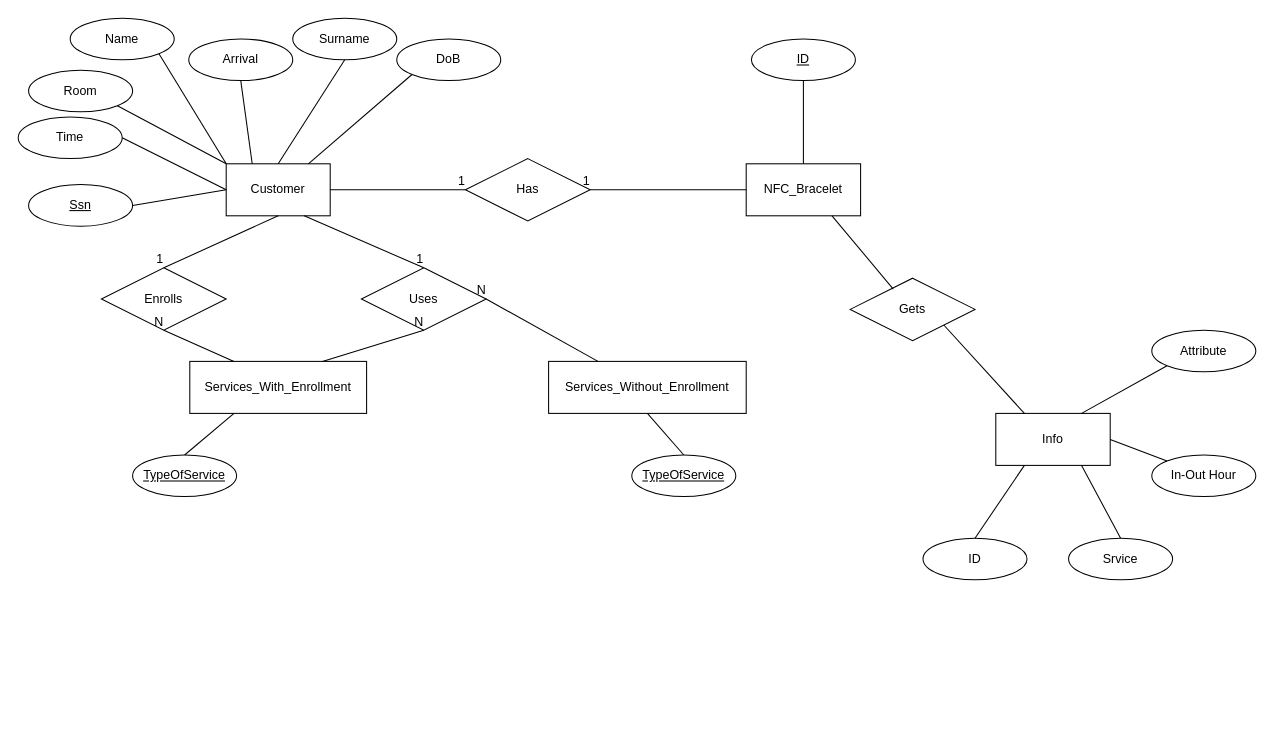
The draw.io diagram Hotel ER.drawio in GiorgosKotsompolis/hello-world, before the edit. Source tidied: cells renumbered, new cells numbered last; positions are measured from the earlier drawing's top-left corner, leaving out a move shared by most shapes. Both pictures are drawn from the tidied source at 104%, with x=0, y=0 at pixel (18, 18).
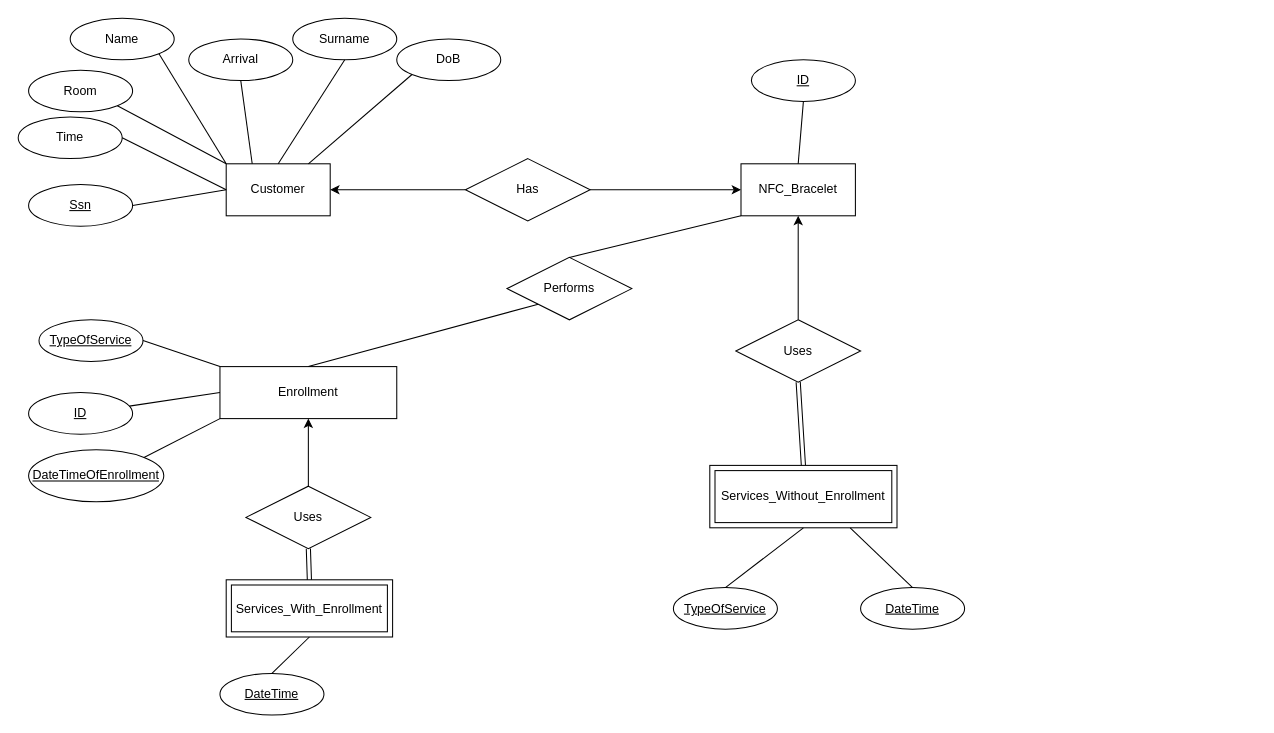
Above is the later version.

The change refers to these unchanged cells:
```xml
<mxCell id="2" value="Customer" style="whiteSpace=wrap;html=1;align=center;" parent="1" vertex="1">
  <mxGeometry x="200" y="140" width="100" height="50" as="geometry" />
</mxCell>
<mxCell id="13" value="Has" style="shape=rhombus;perimeter=rhombusPerimeter;whiteSpace=wrap;html=1;align=center;" parent="1" vertex="1">
  <mxGeometry x="430" y="135" width="120" height="60" as="geometry" />
</mxCell>
```

The edit, as a diff of the source:
```diff
@@
+    <mxCell id="55" style="edgeStyle=orthogonalEdgeStyle;rounded=0;jettySize=auto;html=1;exitX=0;exitY=0.5;exitDx=0;exitDy=0;entryX=1;entryY=0.5;entryDx=0;entryDy=0;" parent="1" edge="1" source="13" target="2">
+      <mxGeometry relative="1" as="geometry" />
+    </mxCell>
+    <mxCell id="56" style="edgeStyle=orthogonalEdgeStyle;rounded=0;jettySize=auto;html=1;exitX=1;exitY=0.5;exitDx=0;exitDy=0;" parent="1" edge="1" source="13" target="14">
+      <mxGeometry relative="1" as="geometry" />
+    </mxCell>
@@
     <mxCell id="14" value="NFC_Bracelet" style="whiteSpace=wrap;html=1;align=center;" parent="1" vertex="1">
-      <mxGeometry x="700" y="140" width="110" height="50" as="geometry" />
+      <mxGeometry x="695" y="140" width="110" height="50" as="geometry" />
     </mxCell>
     <mxCell id="15" value="&lt;u&gt;ID&lt;/u&gt;" style="ellipse;whiteSpace=wrap;html=1;align=center;" parent="1" vertex="1">
-      <mxGeometry x="705" y="20" width="100" height="40" as="geometry" />
+      <mxGeometry x="705" y="40" width="100" height="40" as="geometry" />
     </mxCell>
@@
-    <mxCell id="17" style="endArrow=none;html=1;rounded=0;exitX=1;exitY=0.5;exitDx=0;exitDy=0;entryX=0;entryY=0.5;entryDx=0;entryDy=0;" parent="1" edge="1" source="2" target="13">
-      <mxGeometry relative="1" as="geometry" />
-    </mxCell>
-    <mxCell id="18" value="1" style="html=1;align=right;verticalAlign=bottom;" parent="17" vertex="1">
-      <mxGeometry x="1" relative="1" as="geometry" />
-    </mxCell>
-    <mxCell id="19" style="endArrow=none;html=1;rounded=0;exitX=0;exitY=0.5;exitDx=0;exitDy=0;entryX=1;entryY=0.5;entryDx=0;entryDy=0;" parent="1" edge="1" source="14" target="13">
-      <mxGeometry relative="1" as="geometry" />
-    </mxCell>
-    <mxCell id="20" value="1" style="html=1;align=right;verticalAlign=bottom;" parent="19" vertex="1">
-      <mxGeometry x="1" relative="1" as="geometry" />
-    </mxCell>
-    <mxCell id="21" value="Services_Without_Enrollment" style="whiteSpace=wrap;html=1;align=center;" parent="1" vertex="1">
-      <mxGeometry x="510" y="330" width="190" height="50" as="geometry" />
-    </mxCell>
-    <mxCell id="22" value="Services_With_Enrollment" style="whiteSpace=wrap;html=1;align=center;" parent="1" vertex="1">
-      <mxGeometry x="165" y="330" width="170" height="50" as="geometry" />
+    <mxCell id="22" value="Enrollment" style="whiteSpace=wrap;html=1;align=center;" parent="1" vertex="1">
+      <mxGeometry x="194" y="335" width="170" height="50" as="geometry" />
     </mxCell>
-    <mxCell id="23" value="Enrolls" style="shape=rhombus;perimeter=rhombusPerimeter;whiteSpace=wrap;html=1;align=center;" parent="1" vertex="1">
-      <mxGeometry x="80" y="240" width="120" height="60" as="geometry" />
+    <mxCell id="23" value="Performs" style="shape=rhombus;perimeter=rhombusPerimeter;whiteSpace=wrap;html=1;align=center;" parent="1" vertex="1">
+      <mxGeometry x="470" y="230" width="120" height="60" as="geometry" />
     </mxCell>
-    <mxCell id="24" style="endArrow=none;html=1;rounded=0;exitX=0.5;exitY=1;exitDx=0;exitDy=0;entryX=0.5;entryY=0;entryDx=0;entryDy=0;" parent="1" edge="1" source="2" target="23">
-      <mxGeometry relative="1" as="geometry" />
-    </mxCell>
-    <mxCell id="25" value="1" style="html=1;align=right;verticalAlign=bottom;" parent="24" vertex="1">
-      <mxGeometry x="1" relative="1" as="geometry" />
-    </mxCell>
-    <mxCell id="26" style="endArrow=none;html=1;rounded=0;exitX=0.25;exitY=0;exitDx=0;exitDy=0;entryX=0.5;entryY=1;entryDx=0;entryDy=0;" parent="1" edge="1" source="22" target="23">
-      <mxGeometry relative="1" as="geometry" />
-    </mxCell>
-    <mxCell id="27" value="N" style="html=1;align=right;verticalAlign=bottom;" parent="26" vertex="1">
-      <mxGeometry x="1" relative="1" as="geometry" />
-    </mxCell>
@@
     <mxCell id="29" value="&lt;u&gt;TypeOfService&lt;/u&gt;" style="ellipse;whiteSpace=wrap;html=1;align=center;" parent="1" vertex="1">
-      <mxGeometry x="110" y="420" width="100" height="40" as="geometry" />
+      <mxGeometry x="20" y="290" width="100" height="40" as="geometry" />
     </mxCell>
-    <mxCell id="30" style="endArrow=none;html=1;rounded=0;entryX=0.25;entryY=1;entryDx=0;entryDy=0;exitX=0.5;exitY=0;exitDx=0;exitDy=0;" parent="1" edge="1" source="29" target="22">
-      <mxGeometry relative="1" as="geometry" />
-    </mxCell>
@@
-    <mxCell id="34" value="Uses" style="shape=rhombus;perimeter=rhombusPerimeter;whiteSpace=wrap;html=1;align=center;" parent="1" vertex="1">
-      <mxGeometry x="330" y="240" width="120" height="60" as="geometry" />
-    </mxCell>
-    <mxCell id="35" style="endArrow=none;html=1;rounded=0;exitX=0.75;exitY=1;exitDx=0;exitDy=0;entryX=0.5;entryY=0;entryDx=0;entryDy=0;" parent="1" edge="1" source="2" target="34">
-      <mxGeometry relative="1" as="geometry" />
-    </mxCell>
-    <mxCell id="36" value="1" style="html=1;align=right;verticalAlign=bottom;" parent="35" vertex="1">
-      <mxGeometry x="1" relative="1" as="geometry" />
-    </mxCell>
-    <mxCell id="37" style="endArrow=none;html=1;rounded=0;exitX=0.75;exitY=0;exitDx=0;exitDy=0;entryX=0.5;entryY=1;entryDx=0;entryDy=0;" parent="1" edge="1" source="22" target="34">
-      <mxGeometry relative="1" as="geometry" />
-    </mxCell>
-    <mxCell id="38" value="N" style="html=1;align=right;verticalAlign=bottom;" parent="37" vertex="1">
-      <mxGeometry x="1" relative="1" as="geometry" />
-    </mxCell>
-    <mxCell id="39" style="endArrow=none;html=1;rounded=0;exitX=0.25;exitY=0;exitDx=0;exitDy=0;entryX=1;entryY=0.5;entryDx=0;entryDy=0;" parent="1" edge="1" source="21" target="34">
-      <mxGeometry relative="1" as="geometry" />
-    </mxCell>
-    <mxCell id="40" value="N" style="html=1;align=right;verticalAlign=bottom;" parent="39" vertex="1">
-      <mxGeometry x="1" relative="1" as="geometry" />
-    </mxCell>
     <mxCell id="41" value="&lt;u&gt;TypeOfService&lt;/u&gt;" style="ellipse;whiteSpace=wrap;html=1;align=center;" parent="1" vertex="1">
-      <mxGeometry x="590" y="420" width="100" height="40" as="geometry" />
+      <mxGeometry x="630" y="547.5" width="100" height="40" as="geometry" />
     </mxCell>
+    <mxCell id="57" style="endArrow=none;html=1;rounded=0;exitX=0;exitY=1;exitDx=0;exitDy=0;entryX=0.5;entryY=0;entryDx=0;entryDy=0;" parent="1" edge="1" source="23" target="22">
+      <mxGeometry relative="1" as="geometry" />
+    </mxCell>
+    <mxCell id="58" style="edgeStyle=orthogonalEdgeStyle;rounded=0;orthogonalLoop=1;jettySize=auto;html=1;exitX=0.5;exitY=1;exitDx=0;exitDy=0;" parent="1" edge="1" source="29" target="29">
+      <mxGeometry relative="1" as="geometry" />
+    </mxCell>
+    <mxCell id="30" style="endArrow=none;html=1;rounded=0;entryX=0;entryY=0;entryDx=0;entryDy=0;exitX=1;exitY=0.5;exitDx=0;exitDy=0;" parent="1" edge="1" source="29" target="22">
+      <mxGeometry relative="1" as="geometry" />
+    </mxCell>
+    <mxCell id="59" style="edgeStyle=orthogonalEdgeStyle;rounded=0;jettySize=auto;html=1;exitX=0.5;exitY=0;exitDx=0;exitDy=0;entryX=0.5;entryY=1;entryDx=0;entryDy=0;" parent="1" edge="1" source="60" target="22">
+      <mxGeometry relative="1" as="geometry" />
+    </mxCell>
+    <mxCell id="60" value="Uses" style="shape=rhombus;perimeter=rhombusPerimeter;whiteSpace=wrap;html=1;align=center;" parent="1" vertex="1">
+      <mxGeometry x="219" y="450" width="120" height="60" as="geometry" />
+    </mxCell>
+    <mxCell id="61" style="edgeStyle=orthogonalEdgeStyle;rounded=0;jettySize=auto;html=1;exitX=0.5;exitY=0;exitDx=0;exitDy=0;entryX=0.5;entryY=1;entryDx=0;entryDy=0;" parent="1" edge="1" source="62" target="14">
+      <mxGeometry relative="1" as="geometry" />
+    </mxCell>
+    <mxCell id="62" value="Uses" style="shape=rhombus;perimeter=rhombusPerimeter;whiteSpace=wrap;html=1;align=center;" parent="1" vertex="1">
+      <mxGeometry x="690" y="290" width="120" height="60" as="geometry" />
+    </mxCell>
+    <mxCell id="48" value="&lt;u&gt;ID&lt;/u&gt;" style="ellipse;whiteSpace=wrap;html=1;align=center;" parent="1" vertex="1">
+      <mxGeometry x="10" y="360" width="100" height="40" as="geometry" />
+    </mxCell>
+    <mxCell id="63" style="endArrow=none;html=1;rounded=0;entryX=0;entryY=0.5;entryDx=0;entryDy=0;" parent="1" edge="1" source="48" target="22">
+      <mxGeometry relative="1" as="geometry" />
+    </mxCell>
+    <mxCell id="64" value="Services_With_Enrollment" style="shape=ext;margin=3;double=1;whiteSpace=wrap;html=1;align=center;" parent="1" vertex="1">
+      <mxGeometry x="200" y="540" width="160" height="55" as="geometry" />
+    </mxCell>
+    <mxCell id="65" style="shape=link;html=1;rounded=0;exitX=0.5;exitY=0;exitDx=0;exitDy=0;entryX=0.5;entryY=1;entryDx=0;entryDy=0;" parent="1" edge="1" source="64" target="60">
+      <mxGeometry relative="1" as="geometry" />
+    </mxCell>
+    <mxCell id="66" style="endArrow=none;html=1;rounded=0;entryX=0;entryY=1;entryDx=0;entryDy=0;exitX=0.5;exitY=0;exitDx=0;exitDy=0;" parent="1" edge="1" source="23" target="14">
+      <mxGeometry relative="1" as="geometry" />
+    </mxCell>
+    <mxCell id="21" value="Services_Without_Enrollment" style="shape=ext;margin=3;double=1;whiteSpace=wrap;html=1;align=center;" parent="1" vertex="1">
+      <mxGeometry x="665" y="430" width="180" height="60" as="geometry" />
+    </mxCell>
-    <mxCell id="42" style="endArrow=none;html=1;rounded=0;exitX=0.5;exitY=1;exitDx=0;exitDy=0;entryX=0.5;entryY=0;entryDx=0;entryDy=0;" parent="1" edge="1" source="21" target="41">
+    <mxCell id="42" style="endArrow=none;html=1;rounded=0;entryX=0.5;entryY=0;entryDx=0;entryDy=0;exitX=0.5;exitY=1;exitDx=0;exitDy=0;" parent="1" edge="1" source="21" target="41">
       <mxGeometry relative="1" as="geometry" />
     </mxCell>
-    <mxCell id="43" value="Info" style="whiteSpace=wrap;html=1;align=center;" parent="1" vertex="1">
-      <mxGeometry x="940" y="380" width="110" height="50" as="geometry" />
-    </mxCell>
-    <mxCell id="44" value="Gets" style="shape=rhombus;perimeter=rhombusPerimeter;whiteSpace=wrap;html=1;align=center;" parent="1" vertex="1">
-      <mxGeometry x="800" y="250" width="120" height="60" as="geometry" />
-    </mxCell>
-    <mxCell id="45" style="endArrow=none;html=1;rounded=0;entryX=0.75;entryY=1;entryDx=0;entryDy=0;exitX=0.345;exitY=0.174;exitDx=0;exitDy=0;exitPerimeter=0;" parent="1" edge="1" source="44" target="14">
-      <mxGeometry relative="1" as="geometry" />
-    </mxCell>
-    <mxCell id="46" style="endArrow=none;html=1;rounded=0;entryX=0.25;entryY=0;entryDx=0;entryDy=0;exitX=1;exitY=1;exitDx=0;exitDy=0;" parent="1" edge="1" source="44" target="43">
-      <mxGeometry relative="1" as="geometry" />
-    </mxCell>
-    <mxCell id="47" value="Srvice" style="ellipse;whiteSpace=wrap;html=1;align=center;" parent="1" vertex="1">
-      <mxGeometry x="1010" y="500" width="100" height="40" as="geometry" />
-    </mxCell>
-    <mxCell id="48" value="ID" style="ellipse;whiteSpace=wrap;html=1;align=center;" parent="1" vertex="1">
-      <mxGeometry x="870" y="500" width="100" height="40" as="geometry" />
-    </mxCell>
-    <mxCell id="49" value="In-Out Hour" style="ellipse;whiteSpace=wrap;html=1;align=center;" parent="1" vertex="1">
-      <mxGeometry x="1090" y="420" width="100" height="40" as="geometry" />
-    </mxCell>
-    <mxCell id="50" style="endArrow=none;html=1;rounded=0;entryX=0;entryY=0;entryDx=0;entryDy=0;exitX=1;exitY=0.5;exitDx=0;exitDy=0;" parent="1" edge="1" source="43" target="49">
-      <mxGeometry relative="1" as="geometry" />
-    </mxCell>
-    <mxCell id="51" style="endArrow=none;html=1;rounded=0;entryX=0.75;entryY=1;entryDx=0;entryDy=0;exitX=0.5;exitY=0;exitDx=0;exitDy=0;" parent="1" edge="1" source="47" target="43">
-      <mxGeometry relative="1" as="geometry" />
-    </mxCell>
-    <mxCell id="52" style="endArrow=none;html=1;rounded=0;entryX=0.25;entryY=1;entryDx=0;entryDy=0;exitX=0.5;exitY=0;exitDx=0;exitDy=0;" parent="1" edge="1" source="48" target="43">
-      <mxGeometry relative="1" as="geometry" />
-    </mxCell>
-    <mxCell id="53" value="Attribute" style="ellipse;whiteSpace=wrap;html=1;align=center;" parent="1" vertex="1">
-      <mxGeometry x="1090" y="300" width="100" height="40" as="geometry" />
-    </mxCell>
-    <mxCell id="54" style="endArrow=none;html=1;rounded=0;entryX=0;entryY=1;entryDx=0;entryDy=0;exitX=0.75;exitY=0;exitDx=0;exitDy=0;" parent="1" edge="1" source="43" target="53">
-      <mxGeometry relative="1" as="geometry" />
-    </mxCell>
+    <mxCell id="67" value="DateTime" style="ellipse;whiteSpace=wrap;html=1;align=center;fontStyle=4;" parent="1" vertex="1">
+      <mxGeometry x="810" y="547.5" width="100" height="40" as="geometry" />
+    </mxCell>
+    <mxCell id="68" value="DateTime" style="ellipse;whiteSpace=wrap;html=1;align=center;fontStyle=4;" parent="1" vertex="1">
+      <mxGeometry x="194" y="630" width="100" height="40" as="geometry" />
+    </mxCell>
+    <mxCell id="69" style="endArrow=none;html=1;rounded=0;entryX=0.5;entryY=0;entryDx=0;entryDy=0;exitX=0.75;exitY=1;exitDx=0;exitDy=0;" parent="1" edge="1" source="21" target="67">
+      <mxGeometry relative="1" as="geometry" />
+    </mxCell>
+    <mxCell id="70" style="endArrow=none;html=1;rounded=0;exitX=0.5;exitY=0;exitDx=0;exitDy=0;entryX=0.5;entryY=1;entryDx=0;entryDy=0;" parent="1" edge="1" source="68" target="64">
+      <mxGeometry relative="1" as="geometry" />
+    </mxCell>
+    <mxCell id="71" value="&lt;u&gt;DateTimeOfEnrollment&lt;/u&gt;" style="ellipse;whiteSpace=wrap;html=1;align=center;" parent="1" vertex="1">
+      <mxGeometry x="10" y="415" width="130" height="50" as="geometry" />
+    </mxCell>
+    <mxCell id="72" style="endArrow=none;html=1;rounded=0;entryX=0;entryY=1;entryDx=0;entryDy=0;exitX=1;exitY=0;exitDx=0;exitDy=0;" parent="1" edge="1" source="71" target="22">
+      <mxGeometry relative="1" as="geometry" />
+    </mxCell>
+    <mxCell id="73" style="shape=link;html=1;rounded=0;exitX=0.5;exitY=0;exitDx=0;exitDy=0;entryX=0.5;entryY=1;entryDx=0;entryDy=0;" parent="1" edge="1" source="21" target="62">
+      <mxGeometry relative="1" as="geometry" />
+    </mxCell>
```
